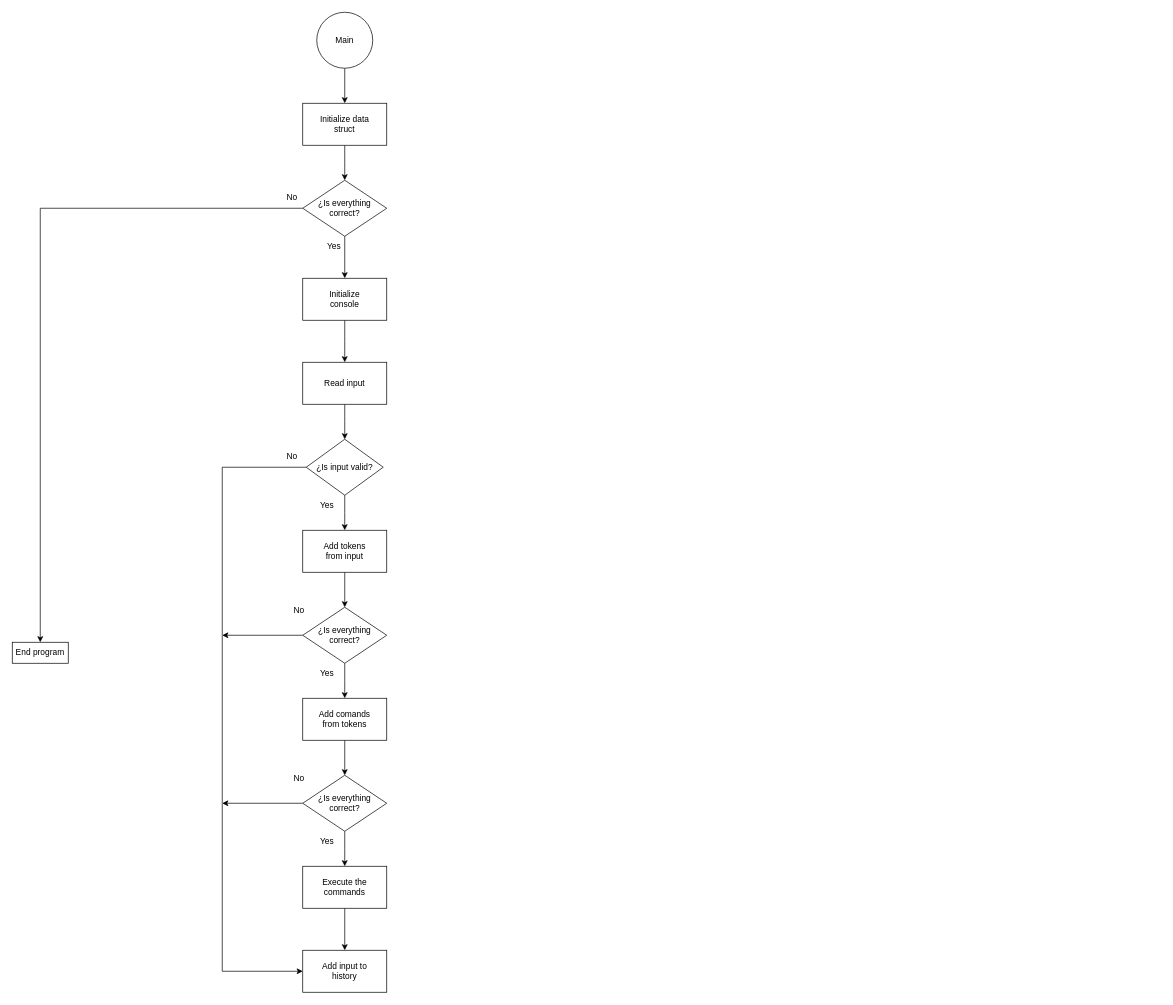
The draw.io diagram minishell.drawio in Nol3/Minishell, before the edit. Source tidied: cells renumbered, new cells numbered last; positions are measured from the earlier drawing's top-left corner, leaving out a move shared by most shapes. Both pictures are drawn from the tidied source at 70%, with x=0, y=0 at pixel (12, 12).
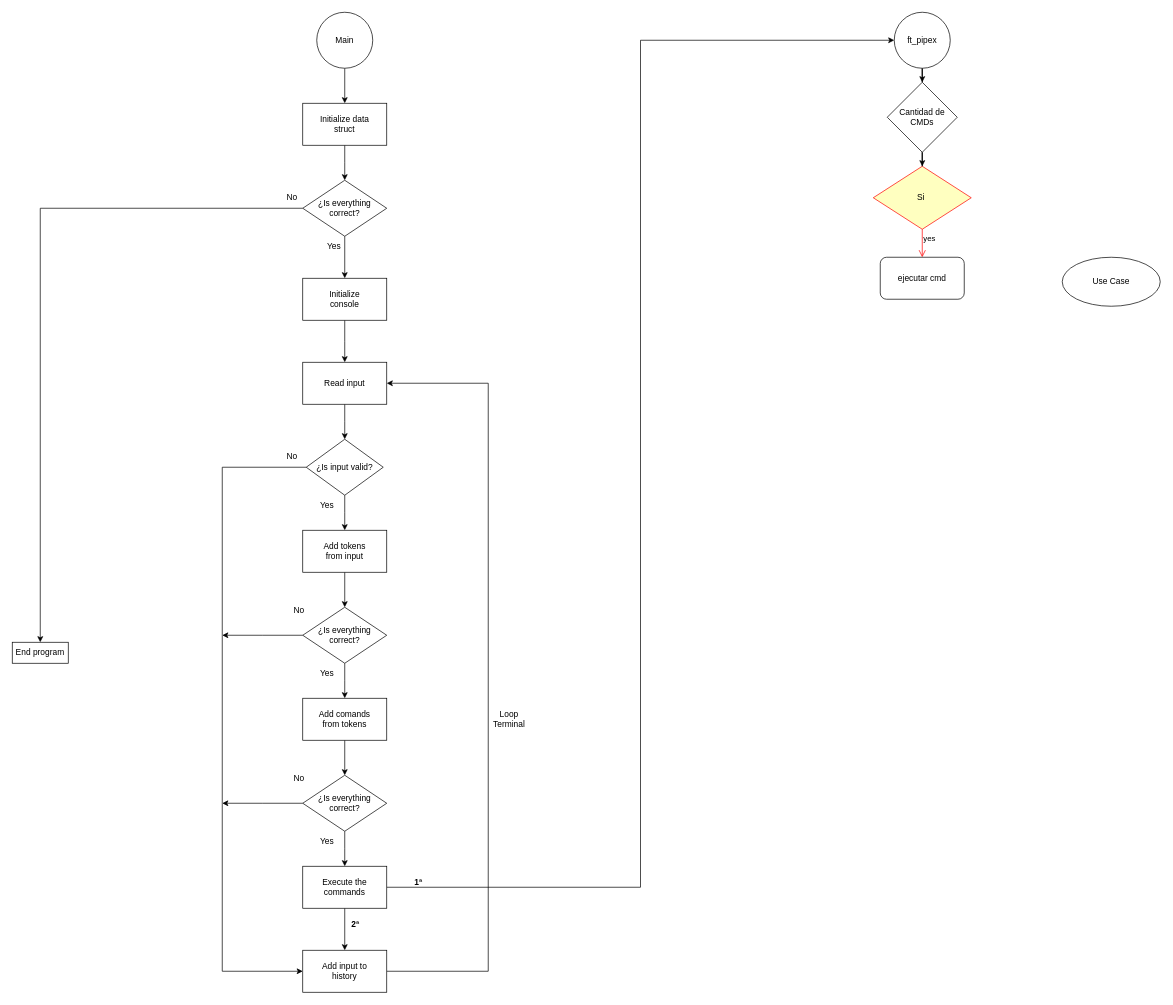
The same page after the edit.

The change refers to these unchanged cells:
```xml
<mxCell id="10" value="Read input" style="rounded=0;whiteSpace=wrap;html=1;" parent="1" vertex="1">
  <mxGeometry x="415" y="500" width="120" height="60" as="geometry" />
</mxCell>
<mxCell id="18" value="Add input to&lt;div&gt;history&lt;/div&gt;" style="rounded=0;whiteSpace=wrap;html=1;" parent="1" vertex="1">
  <mxGeometry x="415" y="1340" width="120" height="60" as="geometry" />
</mxCell>
<mxCell id="32" value="Execute the&lt;div&gt;commands&lt;/div&gt;" style="rounded=0;whiteSpace=wrap;html=1;" parent="1" vertex="1">
  <mxGeometry x="415" y="1220" width="120" height="60" as="geometry" />
</mxCell>
```

Diff of the diagram source:
```diff
@@
+    <mxCell id="38" style="edgeStyle=orthogonalEdgeStyle;rounded=0;jettySize=auto;html=1;entryX=1;entryY=0.5;entryDx=0;entryDy=0;" parent="1" edge="1" source="18" target="10">
+      <mxGeometry relative="1" as="geometry">
+        <Array as="points">
+          <mxPoint x="680" y="1370" />
+          <mxPoint x="680" y="530" />
+        </Array>
+      </mxGeometry>
+    </mxCell>
@@
+    <mxCell id="39" style="edgeStyle=orthogonalEdgeStyle;rounded=0;jettySize=auto;html=1;entryX=0;entryY=0.5;entryDx=0;entryDy=0;" parent="1" edge="1" source="32" target="42">
+      <mxGeometry relative="1" as="geometry" />
+    </mxCell>
@@
+    <mxCell id="40" value="Loop&lt;br&gt;Terminal" style="text;html=1;align=center;verticalAlign=middle;whiteSpace=wrap;rounded=0;" parent="1" vertex="1">
+      <mxGeometry x="680" y="995" width="60" height="30" as="geometry" />
+    </mxCell>
+    <mxCell id="41" style="edgeStyle=orthogonalEdgeStyle;rounded=0;jettySize=auto;html=1;entryX=0.5;entryY=0;entryDx=0;entryDy=0;" parent="1" edge="1" source="42" target="50">
+      <mxGeometry relative="1" as="geometry" />
+    </mxCell>
+    <mxCell id="42" value="ft_pipex" style="ellipse;whiteSpace=wrap;html=1;" parent="1" vertex="1">
+      <mxGeometry x="1260" width="80" height="80" as="geometry" />
+    </mxCell>
+    <mxCell id="43" value="Si&amp;nbsp;" style="rhombus;whiteSpace=wrap;html=1;fontColor=#000000;fillColor=#ffffc0;strokeColor=#ff0000;" parent="1" vertex="1">
+      <mxGeometry x="1230" y="220" width="140" height="90" as="geometry" />
+    </mxCell>
+    <mxCell id="44" value="yes" style="edgeStyle=orthogonalEdgeStyle;html=1;align=left;verticalAlign=top;endArrow=open;endSize=8;strokeColor=#ff0000;rounded=0;" parent="1" edge="1" source="43">
+      <mxGeometry x="-1" relative="1" as="geometry">
+        <mxPoint x="1300" y="350" as="targetPoint" />
+        <Array as="points">
+          <mxPoint x="1300" y="300" />
+          <mxPoint x="1300" y="300" />
+        </Array>
+      </mxGeometry>
+    </mxCell>
+    <mxCell id="45" value="ejecutar cmd" style="rounded=1;whiteSpace=wrap;html=1;" parent="1" vertex="1">
+      <mxGeometry x="1240" y="350" width="120" height="60" as="geometry" />
+    </mxCell>
+    <mxCell id="46" value="Use Case" style="ellipse;whiteSpace=wrap;html=1;" parent="1" vertex="1">
+      <mxGeometry x="1500" y="350" width="140" height="70" as="geometry" />
+    </mxCell>
+    <mxCell id="47" value="1ª" style="text;align=center;fontStyle=1;verticalAlign=middle;spacingLeft=3;spacingRight=3;strokeColor=none;html=1;" parent="1" vertex="1">
+      <mxGeometry x="540" y="1230" width="80" height="26" as="geometry" />
+    </mxCell>
+    <mxCell id="48" value="2ª" style="text;align=center;fontStyle=1;verticalAlign=middle;spacingLeft=3;spacingRight=3;strokeColor=none;html=1;" parent="1" vertex="1">
+      <mxGeometry x="450" y="1290" width="80" height="26" as="geometry" />
+    </mxCell>
+    <mxCell id="49" style="edgeStyle=orthogonalEdgeStyle;rounded=0;jettySize=auto;html=1;entryX=0.5;entryY=0;entryDx=0;entryDy=0;" parent="1" edge="1" source="50" target="43">
+      <mxGeometry relative="1" as="geometry" />
+    </mxCell>
+    <mxCell id="50" value="Cantidad de&lt;br&gt;CMDs" style="rhombus;whiteSpace=wrap;html=1;" parent="1" vertex="1">
+      <mxGeometry x="1250" y="100" width="100" height="100" as="geometry" />
+    </mxCell>
```
